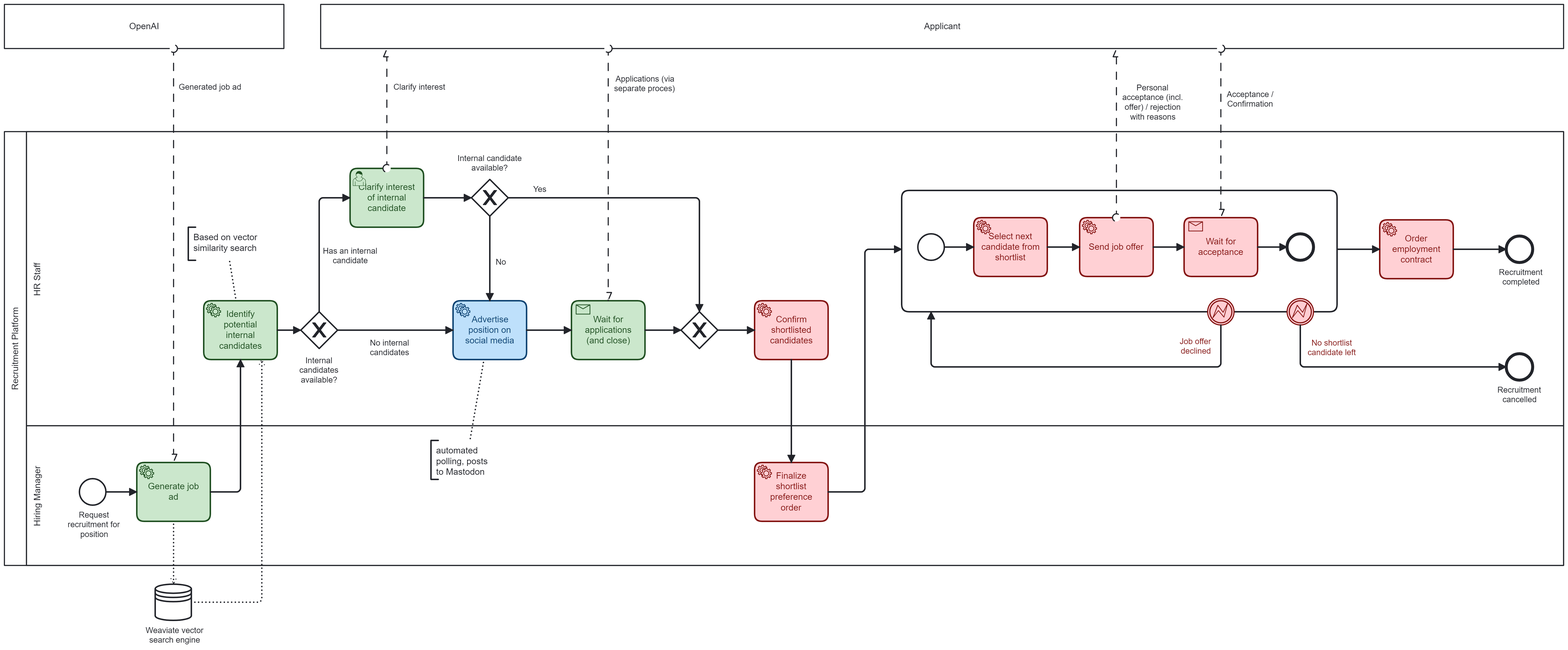
This is docs/employee_recruitment_to_be.png from DigiBP/Team-Bananas, a BPMN export, as it was before one commit. Its source is kept beside it as bpmn/employee_recruitment_to_be.bpmn. Ids are renumbered.
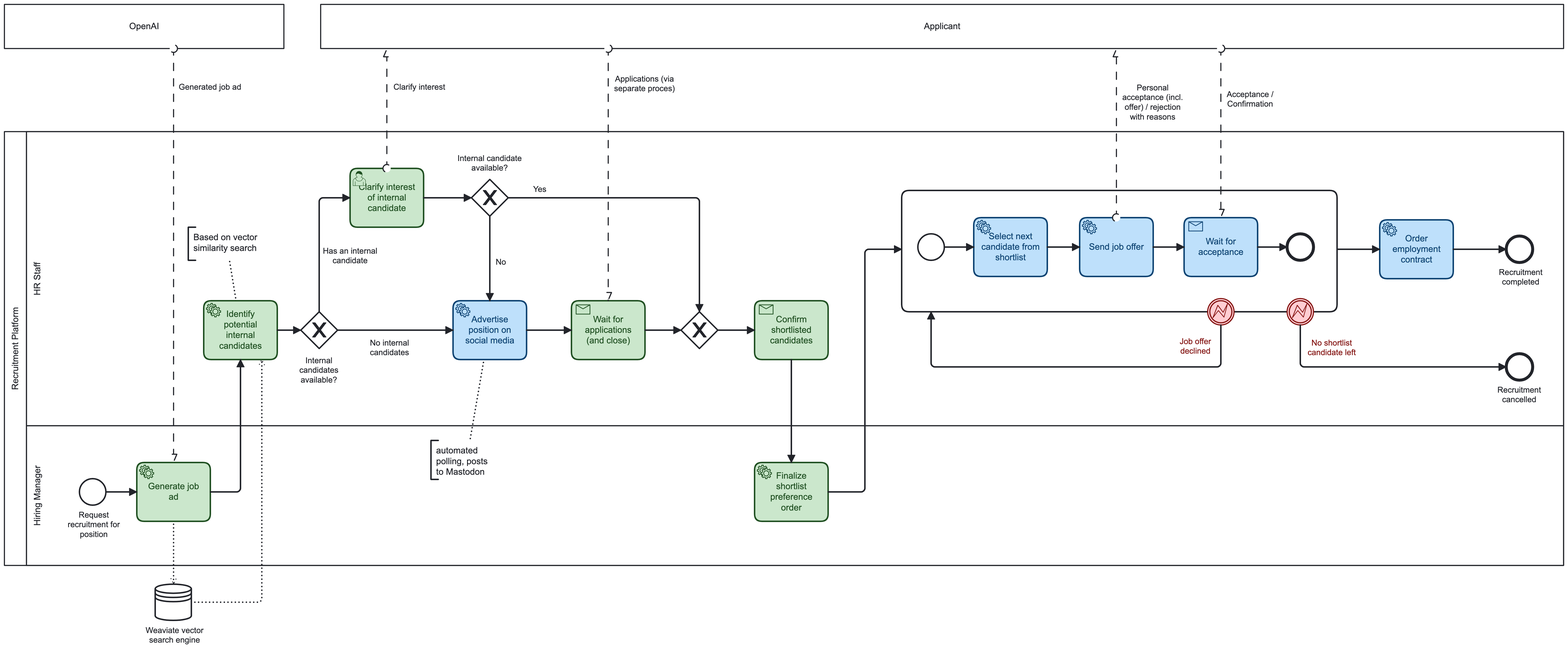
After the change.

Diff of the diagram source:
```diff
@@ -236,7 +236,7 @@
         <dc:Bounds x="931" y="480" width="100" height="80" />
         <bpmndi:BPMNLabel />
       </bpmndi:BPMNShape>
-      <bpmndi:BPMNShape id="Activity_0sfgisx_di" bpmnElement="confirm_shortlist_order" bioc:stroke="#831311" bioc:fill="#ffcdd2" color:background-color="#ffcdd2" color:border-color="#831311">
+      <bpmndi:BPMNShape id="Activity_0sfgisx_di" bpmnElement="confirm_shortlist_order" bioc:stroke="#205022" bioc:fill="#c8e6c9" color:background-color="#c8e6c9" color:border-color="#205022">
         <dc:Bounds x="1180" y="700" width="100" height="80" />
         <bpmndi:BPMNLabel />
       </bpmndi:BPMNShape>
@@ -246,11 +246,8 @@
           <dc:Bounds x="2192" y="435" width="60" height="27" />
         </bpmndi:BPMNLabel>
       </bpmndi:BPMNShape>
-      <bpmndi:BPMNShape id="Activity_0wthi8r_di" bpmnElement="order_contract" bioc:stroke="#831311" bioc:fill="#ffcdd2" color:background-color="#ffcdd2" color:border-color="#831311">
+      <bpmndi:BPMNShape id="Activity_0wthi8r_di" bpmnElement="order_contract" bioc:stroke="#0d4372" bioc:fill="#bbdefb" color:background-color="#bbdefb" color:border-color="#0d4372">
         <dc:Bounds x="2030" y="370" width="100" height="80" />
-      </bpmndi:BPMNShape>
-      <bpmndi:BPMNShape id="Activity_00gwd9j_di" bpmnElement="confirm_final_shortlist" bioc:stroke="#205022" bioc:fill="#c8e6c9" color:background-color="#c8e6c9" color:border-color="#205022">
-        <dc:Bounds x="1180" y="480" width="100" height="80" />
       </bpmndi:BPMNShape>
       <bpmndi:BPMNShape id="Activity_n19_di" bpmnElement="Activity_n19" isExpanded="true">
         <dc:Bounds x="1380" y="330" width="592" height="165" />
@@ -258,16 +255,16 @@
       <bpmndi:BPMNShape id="Event_n42_di" bpmnElement="Event_n42">
         <dc:Bounds x="1402" y="389" width="36" height="36" />
       </bpmndi:BPMNShape>
-      <bpmndi:BPMNShape id="Activity_18u45o6_di" bpmnElement="send_job_offer" bioc:stroke="#831311" bioc:fill="#ffcdd2" color:background-color="#ffcdd2" color:border-color="#831311">
+      <bpmndi:BPMNShape id="Activity_18u45o6_di" bpmnElement="send_job_offer" bioc:stroke="#0d4372" bioc:fill="#bbdefb" color:background-color="#bbdefb" color:border-color="#0d4372">
         <dc:Bounds x="1622" y="367" width="100" height="80" />
       </bpmndi:BPMNShape>
-      <bpmndi:BPMNShape id="Activity_1waicrr_di" bpmnElement="Activity_n9" bioc:stroke="#831311" bioc:fill="#ffcdd2" color:background-color="#ffcdd2" color:border-color="#831311">
+      <bpmndi:BPMNShape id="Activity_1waicrr_di" bpmnElement="Activity_n9" bioc:stroke="#0d4372" bioc:fill="#bbdefb" color:background-color="#bbdefb" color:border-color="#0d4372">
         <dc:Bounds x="1764" y="367" width="100" height="80" />
       </bpmndi:BPMNShape>
       <bpmndi:BPMNShape id="Event_n48_di" bpmnElement="Event_n48">
         <dc:Bounds x="1904" y="389" width="36" height="36" />
       </bpmndi:BPMNShape>
-      <bpmndi:BPMNShape id="Activity_1r36ojs_di" bpmnElement="select_next_candidate" bioc:stroke="#831311" bioc:fill="#ffcdd2" color:background-color="#ffcdd2" color:border-color="#831311">
+      <bpmndi:BPMNShape id="Activity_1r36ojs_di" bpmnElement="select_next_candidate" bioc:stroke="#0d4372" bioc:fill="#bbdefb" color:background-color="#bbdefb" color:border-color="#0d4372">
         <dc:Bounds x="1478" y="367" width="100" height="80" />
         <bpmndi:BPMNLabel />
       </bpmndi:BPMNShape>
@@ -292,6 +289,9 @@
         <bpmndi:BPMNLabel>
           <dc:Bounds x="2190" y="595" width="60" height="27" />
         </bpmndi:BPMNLabel>
+      </bpmndi:BPMNShape>
+      <bpmndi:BPMNShape id="Activity_00gwd9j_di" bpmnElement="confirm_final_shortlist" bioc:stroke="#205022" bioc:fill="#c8e6c9" color:background-color="#c8e6c9" color:border-color="#205022">
+        <dc:Bounds x="1180" y="480" width="100" height="80" />
       </bpmndi:BPMNShape>
       <bpmndi:BPMNShape id="TextAnnotation_n55_di" bpmnElement="TextAnnotation_n55">
         <dc:Bounds x="740" y="670" width="99.99274099883856" height="53" />
```
